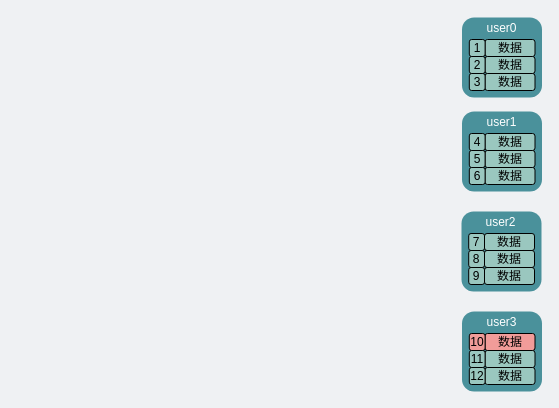
The draw.io diagram network/分表.drawio in xiaobaiTech/image, before the edit. Source tidied: cells renumbered, new cells numbered last; positions are measured from the earlier drawing's top-left corner, leaving out a move shared by most shapes. Both pictures are drawn from the tidied source at 100%, with x=0, y=0 at pixel (461, 17).
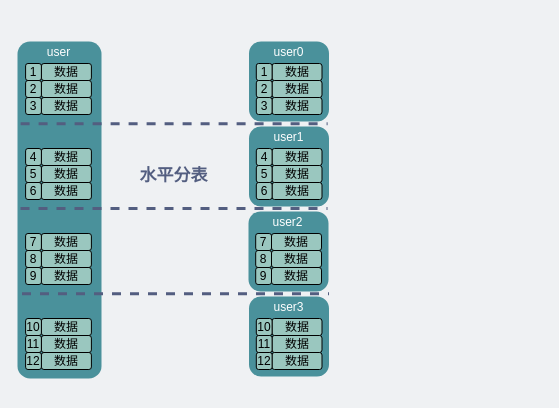
The same diagram, later.

The edit, as a diff of the source:
```diff
@@
     <mxCell id="2" value="&lt;font color=&quot;#ffffff&quot;&gt;&lt;span style=&quot;font-size: 16px&quot;&gt;&lt;br&gt;&lt;/span&gt;&lt;/font&gt;" style="whiteSpace=wrap;html=1;rounded=1;strokeColor=none;fillColor=#4A919B;" parent="1" vertex="1">
-      <mxGeometry x="0.5" width="80" height="80" as="geometry" />
+      <mxGeometry x="-212.5" y="24" width="80" height="80" as="geometry" />
     </mxCell>
     <mxCell id="3" value="数据" style="rounded=1;whiteSpace=wrap;html=1;fillColor=#9AC7BF;strokeColor=default;fontColor=#000000;align=center;" parent="1" vertex="1">
-      <mxGeometry x="23.5" y="22" width="50" height="17" as="geometry" />
+      <mxGeometry x="-189.5" y="46" width="50" height="17" as="geometry" />
     </mxCell>
     <mxCell id="4" value="&lt;font color=&quot;#ffffff&quot;&gt;user0&lt;/font&gt;" style="text;html=1;strokeColor=none;fillColor=none;align=center;verticalAlign=middle;whiteSpace=wrap;rounded=0;dashed=1;fontColor=#535E80;" parent="1" vertex="1">
-      <mxGeometry x="12.5" width="55" height="22" as="geometry" />
+      <mxGeometry x="-200.5" y="24" width="55" height="22" as="geometry" />
     </mxCell>
     <mxCell id="5" value="&lt;font&gt;1&lt;/font&gt;" style="rounded=1;whiteSpace=wrap;html=1;fillColor=#9AC7BF;strokeColor=default;fontColor=#000000;" parent="1" vertex="1">
-      <mxGeometry x="7.8" y="22" width="15.8" height="17" as="geometry" />
+      <mxGeometry x="-205.2" y="46" width="15.8" height="17" as="geometry" />
     </mxCell>
     <mxCell id="6" value="数据" style="rounded=1;whiteSpace=wrap;html=1;fillColor=#9AC7BF;strokeColor=default;fontColor=#000000;align=center;" parent="1" vertex="1">
-      <mxGeometry x="23.5" y="39" width="50" height="17" as="geometry" />
+      <mxGeometry x="-189.5" y="63" width="50" height="17" as="geometry" />
     </mxCell>
     <mxCell id="7" value="&lt;font&gt;2&lt;/font&gt;" style="rounded=1;whiteSpace=wrap;html=1;fillColor=#9AC7BF;strokeColor=default;fontColor=#000000;" parent="1" vertex="1">
-      <mxGeometry x="7.8" y="39" width="15.8" height="17" as="geometry" />
+      <mxGeometry x="-205.2" y="63" width="15.8" height="17" as="geometry" />
     </mxCell>
     <mxCell id="8" value="数据" style="rounded=1;whiteSpace=wrap;html=1;fillColor=#9AC7BF;strokeColor=default;fontColor=#000000;align=center;" parent="1" vertex="1">
-      <mxGeometry x="23.5" y="56" width="50" height="17" as="geometry" />
+      <mxGeometry x="-189.5" y="80" width="50" height="17" as="geometry" />
     </mxCell>
     <mxCell id="9" value="&lt;font&gt;3&lt;/font&gt;" style="rounded=1;whiteSpace=wrap;html=1;fillColor=#9AC7BF;strokeColor=default;fontColor=#000000;" parent="1" vertex="1">
-      <mxGeometry x="7.8" y="56" width="15.8" height="17" as="geometry" />
+      <mxGeometry x="-205.2" y="80" width="15.8" height="17" as="geometry" />
     </mxCell>
     <mxCell id="10" value="&lt;font color=&quot;#ffffff&quot;&gt;&lt;span style=&quot;font-size: 16px&quot;&gt;&lt;br&gt;&lt;/span&gt;&lt;/font&gt;" style="whiteSpace=wrap;html=1;rounded=1;strokeColor=none;fillColor=#4A919B;" parent="1" vertex="1">
-      <mxGeometry x="0.5" y="94" width="80" height="80" as="geometry" />
+      <mxGeometry x="-212.5" y="109" width="80" height="80" as="geometry" />
     </mxCell>
     <mxCell id="11" value="数据" style="rounded=1;whiteSpace=wrap;html=1;fillColor=#9AC7BF;strokeColor=default;fontColor=#000000;align=center;" parent="1" vertex="1">
-      <mxGeometry x="23.5" y="116" width="50" height="17" as="geometry" />
+      <mxGeometry x="-189.5" y="131" width="50" height="17" as="geometry" />
     </mxCell>
     <mxCell id="12" value="&lt;font color=&quot;#ffffff&quot;&gt;user1&lt;/font&gt;" style="text;html=1;strokeColor=none;fillColor=none;align=center;verticalAlign=middle;whiteSpace=wrap;rounded=0;dashed=1;fontColor=#535E80;" parent="1" vertex="1">
-      <mxGeometry x="12.5" y="94" width="55" height="22" as="geometry" />
+      <mxGeometry x="-200.5" y="109" width="55" height="22" as="geometry" />
     </mxCell>
     <mxCell id="13" value="&lt;font&gt;4&lt;/font&gt;" style="rounded=1;whiteSpace=wrap;html=1;fillColor=#9AC7BF;strokeColor=default;fontColor=#000000;" parent="1" vertex="1">
-      <mxGeometry x="7.8" y="116" width="15.8" height="17" as="geometry" />
+      <mxGeometry x="-205.2" y="131" width="15.8" height="17" as="geometry" />
     </mxCell>
     <mxCell id="14" value="数据" style="rounded=1;whiteSpace=wrap;html=1;fillColor=#9AC7BF;strokeColor=default;fontColor=#000000;align=center;" parent="1" vertex="1">
-      <mxGeometry x="23.5" y="133" width="50" height="17" as="geometry" />
+      <mxGeometry x="-189.5" y="148" width="50" height="17" as="geometry" />
     </mxCell>
     <mxCell id="15" value="&lt;font&gt;5&lt;/font&gt;" style="rounded=1;whiteSpace=wrap;html=1;fillColor=#9AC7BF;strokeColor=default;fontColor=#000000;" parent="1" vertex="1">
-      <mxGeometry x="7.8" y="133" width="15.8" height="17" as="geometry" />
+      <mxGeometry x="-205.2" y="148" width="15.8" height="17" as="geometry" />
     </mxCell>
     <mxCell id="16" value="数据" style="rounded=1;whiteSpace=wrap;html=1;fillColor=#9AC7BF;strokeColor=default;fontColor=#000000;align=center;" parent="1" vertex="1">
-      <mxGeometry x="23.5" y="150" width="50" height="17" as="geometry" />
+      <mxGeometry x="-189.5" y="165" width="50" height="17" as="geometry" />
     </mxCell>
     <mxCell id="17" value="&lt;font&gt;6&lt;/font&gt;" style="rounded=1;whiteSpace=wrap;html=1;fillColor=#9AC7BF;strokeColor=default;fontColor=#000000;" parent="1" vertex="1">
-      <mxGeometry x="7.8" y="150" width="15.8" height="17" as="geometry" />
+      <mxGeometry x="-205.2" y="165" width="15.8" height="17" as="geometry" />
     </mxCell>
     <mxCell id="18" value="&lt;font color=&quot;#ffffff&quot;&gt;&lt;span style=&quot;font-size: 16px&quot;&gt;&lt;br&gt;&lt;/span&gt;&lt;/font&gt;" style="whiteSpace=wrap;html=1;rounded=1;strokeColor=none;fillColor=#4A919B;" parent="1" vertex="1">
-      <mxGeometry y="194" width="80" height="80" as="geometry" />
+      <mxGeometry x="-213" y="194" width="80" height="80" as="geometry" />
     </mxCell>
     <mxCell id="19" value="数据" style="rounded=1;whiteSpace=wrap;html=1;fillColor=#9AC7BF;strokeColor=default;fontColor=#000000;align=center;" parent="1" vertex="1">
-      <mxGeometry x="23" y="216" width="50" height="17" as="geometry" />
+      <mxGeometry x="-190" y="216" width="50" height="17" as="geometry" />
     </mxCell>
     <mxCell id="20" value="&lt;font color=&quot;#ffffff&quot;&gt;user2&lt;/font&gt;" style="text;html=1;strokeColor=none;fillColor=none;align=center;verticalAlign=middle;whiteSpace=wrap;rounded=0;dashed=1;fontColor=#535E80;" parent="1" vertex="1">
-      <mxGeometry x="12" y="194" width="55" height="22" as="geometry" />
+      <mxGeometry x="-201" y="194" width="55" height="22" as="geometry" />
     </mxCell>
     <mxCell id="21" value="&lt;font&gt;7&lt;/font&gt;" style="rounded=1;whiteSpace=wrap;html=1;fillColor=#9AC7BF;strokeColor=default;fontColor=#000000;" parent="1" vertex="1">
-      <mxGeometry x="7.2" y="216" width="15.8" height="17" as="geometry" />
+      <mxGeometry x="-205.8" y="216" width="15.8" height="17" as="geometry" />
     </mxCell>
     <mxCell id="22" value="数据" style="rounded=1;whiteSpace=wrap;html=1;fillColor=#9AC7BF;strokeColor=default;fontColor=#000000;align=center;" parent="1" vertex="1">
-      <mxGeometry x="23" y="233" width="50" height="17" as="geometry" />
+      <mxGeometry x="-190" y="233" width="50" height="17" as="geometry" />
     </mxCell>
     <mxCell id="23" value="&lt;font&gt;8&lt;/font&gt;" style="rounded=1;whiteSpace=wrap;html=1;fillColor=#9AC7BF;strokeColor=default;fontColor=#000000;" parent="1" vertex="1">
-      <mxGeometry x="7.2" y="233" width="15.8" height="17" as="geometry" />
+      <mxGeometry x="-205.8" y="233" width="15.8" height="17" as="geometry" />
     </mxCell>
     <mxCell id="24" value="数据" style="rounded=1;whiteSpace=wrap;html=1;fillColor=#9AC7BF;strokeColor=default;fontColor=#000000;align=center;" parent="1" vertex="1">
-      <mxGeometry x="23" y="250" width="50" height="17" as="geometry" />
+      <mxGeometry x="-190" y="250" width="50" height="17" as="geometry" />
     </mxCell>
     <mxCell id="25" value="&lt;font&gt;9&lt;/font&gt;" style="rounded=1;whiteSpace=wrap;html=1;fillColor=#9AC7BF;strokeColor=default;fontColor=#000000;" parent="1" vertex="1">
-      <mxGeometry x="7.2" y="250" width="15.8" height="17" as="geometry" />
+      <mxGeometry x="-205.8" y="250" width="15.8" height="17" as="geometry" />
     </mxCell>
     <mxCell id="26" value="&lt;font color=&quot;#ffffff&quot;&gt;&lt;span style=&quot;font-size: 16px&quot;&gt;&lt;br&gt;&lt;/span&gt;&lt;/font&gt;" style="whiteSpace=wrap;html=1;rounded=1;strokeColor=none;fillColor=#4A919B;" parent="1" vertex="1">
-      <mxGeometry x="0.5" y="294" width="80" height="80" as="geometry" />
+      <mxGeometry x="-212.5" y="279" width="80" height="80" as="geometry" />
     </mxCell>
-    <mxCell id="27" value="数据" style="rounded=1;whiteSpace=wrap;html=1;fillColor=#F19C99;strokeColor=default;fontColor=#000000;align=center;" parent="1" vertex="1">
-      <mxGeometry x="23.5" y="316" width="50" height="17" as="geometry" />
+    <mxCell id="27" value="数据" style="rounded=1;whiteSpace=wrap;html=1;fillColor=#9AC7BF;strokeColor=default;fontColor=#000000;align=center;" parent="1" vertex="1">
+      <mxGeometry x="-189.5" y="301" width="50" height="17" as="geometry" />
     </mxCell>
     <mxCell id="28" value="&lt;font color=&quot;#ffffff&quot;&gt;user3&lt;/font&gt;" style="text;html=1;strokeColor=none;fillColor=none;align=center;verticalAlign=middle;whiteSpace=wrap;rounded=0;dashed=1;fontColor=#535E80;" parent="1" vertex="1">
-      <mxGeometry x="12.5" y="294" width="55" height="22" as="geometry" />
+      <mxGeometry x="-200.5" y="279" width="55" height="22" as="geometry" />
     </mxCell>
-    <mxCell id="29" value="&lt;font&gt;10&lt;/font&gt;" style="rounded=1;whiteSpace=wrap;html=1;fillColor=#F19C99;strokeColor=default;fontColor=#000000;" parent="1" vertex="1">
-      <mxGeometry x="7.8" y="316" width="15.8" height="17" as="geometry" />
+    <mxCell id="29" value="&lt;font&gt;10&lt;/font&gt;" style="rounded=1;whiteSpace=wrap;html=1;fillColor=#9AC7BF;strokeColor=default;fontColor=#000000;" parent="1" vertex="1">
+      <mxGeometry x="-205.2" y="301" width="15.8" height="17" as="geometry" />
     </mxCell>
     <mxCell id="30" value="数据" style="rounded=1;whiteSpace=wrap;html=1;fillColor=#9AC7BF;strokeColor=default;fontColor=#000000;align=center;" parent="1" vertex="1">
-      <mxGeometry x="23.5" y="333" width="50" height="17" as="geometry" />
+      <mxGeometry x="-189.5" y="318" width="50" height="17" as="geometry" />
     </mxCell>
     <mxCell id="31" value="&lt;font&gt;11&lt;/font&gt;" style="rounded=1;whiteSpace=wrap;html=1;fillColor=#9AC7BF;strokeColor=default;fontColor=#000000;" parent="1" vertex="1">
-      <mxGeometry x="7.8" y="333" width="15.8" height="17" as="geometry" />
+      <mxGeometry x="-205.2" y="318" width="15.8" height="17" as="geometry" />
     </mxCell>
     <mxCell id="32" value="数据" style="rounded=1;whiteSpace=wrap;html=1;fillColor=#9AC7BF;strokeColor=default;fontColor=#000000;align=center;" parent="1" vertex="1">
-      <mxGeometry x="23.5" y="350" width="50" height="17" as="geometry" />
+      <mxGeometry x="-189.5" y="335" width="50" height="17" as="geometry" />
     </mxCell>
     <mxCell id="33" value="&lt;font&gt;12&lt;/font&gt;" style="rounded=1;whiteSpace=wrap;html=1;fillColor=#9AC7BF;strokeColor=default;fontColor=#000000;" parent="1" vertex="1">
-      <mxGeometry x="7.8" y="350" width="15.8" height="17" as="geometry" />
+      <mxGeometry x="-205.2" y="335" width="15.8" height="17" as="geometry" />
     </mxCell>
+    <mxCell id="34" style="rounded=1;whiteSpace=wrap;html=1;fillColor=#4A919B;strokeColor=none;" parent="1" vertex="1">
+      <mxGeometry x="-444" y="24" width="84" height="337" as="geometry" />
+    </mxCell>
+    <mxCell id="35" value="数据" style="rounded=1;whiteSpace=wrap;html=1;fillColor=#9AC7BF;strokeColor=default;fontColor=#000000;align=center;" parent="1" vertex="1">
+      <mxGeometry x="-420.1" y="46" width="50" height="17" as="geometry" />
+    </mxCell>
+    <mxCell id="36" value="&lt;font&gt;1&lt;/font&gt;" style="rounded=1;whiteSpace=wrap;html=1;fillColor=#9AC7BF;strokeColor=default;fontColor=#000000;" parent="1" vertex="1">
+      <mxGeometry x="-435.9" y="46" width="15.8" height="17" as="geometry" />
+    </mxCell>
+    <mxCell id="37" value="数据" style="rounded=1;whiteSpace=wrap;html=1;fillColor=#9AC7BF;strokeColor=default;fontColor=#000000;align=center;" parent="1" vertex="1">
+      <mxGeometry x="-420.1" y="63" width="50" height="17" as="geometry" />
+    </mxCell>
+    <mxCell id="38" value="&lt;font&gt;2&lt;/font&gt;" style="rounded=1;whiteSpace=wrap;html=1;fillColor=#9AC7BF;strokeColor=default;fontColor=#000000;" parent="1" vertex="1">
+      <mxGeometry x="-435.9" y="63" width="15.8" height="17" as="geometry" />
+    </mxCell>
+    <mxCell id="39" value="数据" style="rounded=1;whiteSpace=wrap;html=1;fillColor=#9AC7BF;strokeColor=default;fontColor=#000000;align=center;" parent="1" vertex="1">
+      <mxGeometry x="-420.1" y="80" width="50" height="17" as="geometry" />
+    </mxCell>
+    <mxCell id="40" value="&lt;font&gt;3&lt;/font&gt;" style="rounded=1;whiteSpace=wrap;html=1;fillColor=#9AC7BF;strokeColor=default;fontColor=#000000;" parent="1" vertex="1">
+      <mxGeometry x="-435.9" y="80" width="15.8" height="17" as="geometry" />
+    </mxCell>
+    <mxCell id="41" value="数据" style="rounded=1;whiteSpace=wrap;html=1;fillColor=#9AC7BF;strokeColor=default;fontColor=#000000;align=center;" parent="1" vertex="1">
+      <mxGeometry x="-420.1" y="131" width="50" height="17" as="geometry" />
+    </mxCell>
+    <mxCell id="42" value="&lt;font&gt;4&lt;/font&gt;" style="rounded=1;whiteSpace=wrap;html=1;fillColor=#9AC7BF;strokeColor=default;fontColor=#000000;" parent="1" vertex="1">
+      <mxGeometry x="-435.9" y="131" width="15.8" height="17" as="geometry" />
+    </mxCell>
+    <mxCell id="43" value="数据" style="rounded=1;whiteSpace=wrap;html=1;fillColor=#9AC7BF;strokeColor=default;fontColor=#000000;align=center;" parent="1" vertex="1">
+      <mxGeometry x="-420.1" y="148" width="50" height="17" as="geometry" />
+    </mxCell>
+    <mxCell id="44" value="&lt;font&gt;5&lt;/font&gt;" style="rounded=1;whiteSpace=wrap;html=1;fillColor=#9AC7BF;strokeColor=default;fontColor=#000000;" parent="1" vertex="1">
+      <mxGeometry x="-435.9" y="148" width="15.8" height="17" as="geometry" />
+    </mxCell>
+    <mxCell id="45" value="数据" style="rounded=1;whiteSpace=wrap;html=1;fillColor=#9AC7BF;strokeColor=default;fontColor=#000000;align=center;" parent="1" vertex="1">
+      <mxGeometry x="-420.1" y="165" width="50" height="17" as="geometry" />
+    </mxCell>
+    <mxCell id="46" value="&lt;font&gt;6&lt;/font&gt;" style="rounded=1;whiteSpace=wrap;html=1;fillColor=#9AC7BF;strokeColor=default;fontColor=#000000;" parent="1" vertex="1">
+      <mxGeometry x="-435.9" y="165" width="15.8" height="17" as="geometry" />
+    </mxCell>
+    <mxCell id="47" value="数据" style="rounded=1;whiteSpace=wrap;html=1;fillColor=#9AC7BF;strokeColor=default;fontColor=#000000;align=center;" parent="1" vertex="1">
+      <mxGeometry x="-420.1" y="216" width="50" height="17" as="geometry" />
+    </mxCell>
+    <mxCell id="48" value="&lt;font&gt;7&lt;/font&gt;" style="rounded=1;whiteSpace=wrap;html=1;fillColor=#9AC7BF;strokeColor=default;fontColor=#000000;" parent="1" vertex="1">
+      <mxGeometry x="-435.9" y="216" width="15.8" height="17" as="geometry" />
+    </mxCell>
+    <mxCell id="49" value="数据" style="rounded=1;whiteSpace=wrap;html=1;fillColor=#9AC7BF;strokeColor=default;fontColor=#000000;align=center;" parent="1" vertex="1">
+      <mxGeometry x="-420.1" y="233" width="50" height="17" as="geometry" />
+    </mxCell>
+    <mxCell id="50" value="&lt;font&gt;8&lt;/font&gt;" style="rounded=1;whiteSpace=wrap;html=1;fillColor=#9AC7BF;strokeColor=default;fontColor=#000000;" parent="1" vertex="1">
+      <mxGeometry x="-435.9" y="233" width="15.8" height="17" as="geometry" />
+    </mxCell>
+    <mxCell id="51" value="数据" style="rounded=1;whiteSpace=wrap;html=1;fillColor=#9AC7BF;strokeColor=default;fontColor=#000000;align=center;" parent="1" vertex="1">
+      <mxGeometry x="-420.1" y="250" width="50" height="17" as="geometry" />
+    </mxCell>
+    <mxCell id="52" value="&lt;font&gt;9&lt;/font&gt;" style="rounded=1;whiteSpace=wrap;html=1;fillColor=#9AC7BF;strokeColor=default;fontColor=#000000;" parent="1" vertex="1">
+      <mxGeometry x="-435.9" y="250" width="15.8" height="17" as="geometry" />
+    </mxCell>
+    <mxCell id="53" value="数据" style="rounded=1;whiteSpace=wrap;html=1;fillColor=#9AC7BF;strokeColor=default;fontColor=#000000;align=center;" parent="1" vertex="1">
+      <mxGeometry x="-420.1" y="301" width="50" height="17" as="geometry" />
+    </mxCell>
+    <mxCell id="54" value="&lt;font&gt;10&lt;/font&gt;" style="rounded=1;whiteSpace=wrap;html=1;fillColor=#9AC7BF;strokeColor=default;fontColor=#000000;" parent="1" vertex="1">
+      <mxGeometry x="-435.9" y="301" width="15.8" height="17" as="geometry" />
+    </mxCell>
+    <mxCell id="55" value="数据" style="rounded=1;whiteSpace=wrap;html=1;fillColor=#9AC7BF;strokeColor=default;fontColor=#000000;align=center;" parent="1" vertex="1">
+      <mxGeometry x="-420.1" y="318" width="50" height="17" as="geometry" />
+    </mxCell>
+    <mxCell id="56" value="&lt;font&gt;11&lt;/font&gt;" style="rounded=1;whiteSpace=wrap;html=1;fillColor=#9AC7BF;strokeColor=default;fontColor=#000000;" parent="1" vertex="1">
+      <mxGeometry x="-435.9" y="318" width="15.8" height="17" as="geometry" />
+    </mxCell>
+    <mxCell id="57" value="数据" style="rounded=1;whiteSpace=wrap;html=1;fillColor=#9AC7BF;strokeColor=default;fontColor=#000000;align=center;" parent="1" vertex="1">
+      <mxGeometry x="-420.1" y="335" width="50" height="17" as="geometry" />
+    </mxCell>
+    <mxCell id="58" value="&lt;font&gt;12&lt;/font&gt;" style="rounded=1;whiteSpace=wrap;html=1;fillColor=#9AC7BF;strokeColor=default;fontColor=#000000;" parent="1" vertex="1">
+      <mxGeometry x="-435.9" y="335" width="15.8" height="17" as="geometry" />
+    </mxCell>
+    <mxCell id="59" value="&lt;font color=&quot;#ffffff&quot;&gt;user&lt;/font&gt;" style="text;html=1;strokeColor=none;fillColor=none;align=center;verticalAlign=middle;whiteSpace=wrap;rounded=0;dashed=1;fontColor=#535E80;" parent="1" vertex="1">
+      <mxGeometry x="-430.5" y="24" width="55" height="22" as="geometry" />
+    </mxCell>
+    <mxCell id="60" style="endArrow=none;dashed=1;html=1;rounded=0;strokeWidth=3;strokeColor=#535E80;" parent="1" edge="1">
+      <mxGeometry relative="1" as="geometry">
+        <mxPoint x="-441" y="191" as="sourcePoint" />
+        <mxPoint x="-134" y="191" as="targetPoint" />
+      </mxGeometry>
+    </mxCell>
+    <mxCell id="61" style="endArrow=none;dashed=1;html=1;rounded=0;strokeWidth=3;strokeColor=#535E80;" parent="1" edge="1">
+      <mxGeometry relative="1" as="geometry">
+        <mxPoint x="-440.9" y="106.3" as="sourcePoint" />
+        <mxPoint x="-133.9" y="106.3" as="targetPoint" />
+      </mxGeometry>
+    </mxCell>
+    <mxCell id="62" style="endArrow=none;dashed=1;html=1;rounded=0;strokeWidth=3;strokeColor=#535E80;" parent="1" edge="1">
+      <mxGeometry relative="1" as="geometry">
+        <mxPoint x="-439.5" y="276.3" as="sourcePoint" />
+        <mxPoint x="-132.5" y="276.3" as="targetPoint" />
+      </mxGeometry>
+    </mxCell>
+    <mxCell id="63" value="&lt;font style=&quot;font-size: 17px;&quot; color=&quot;#535e80&quot;&gt;&lt;b&gt;水平分表&lt;/b&gt;&lt;/font&gt;" style="text;html=1;strokeColor=none;fillColor=none;align=center;verticalAlign=middle;whiteSpace=wrap;rounded=0;" parent="1" vertex="1">
+      <mxGeometry x="-324" y="143" width="73" height="32" as="geometry" />
+    </mxCell>
```
